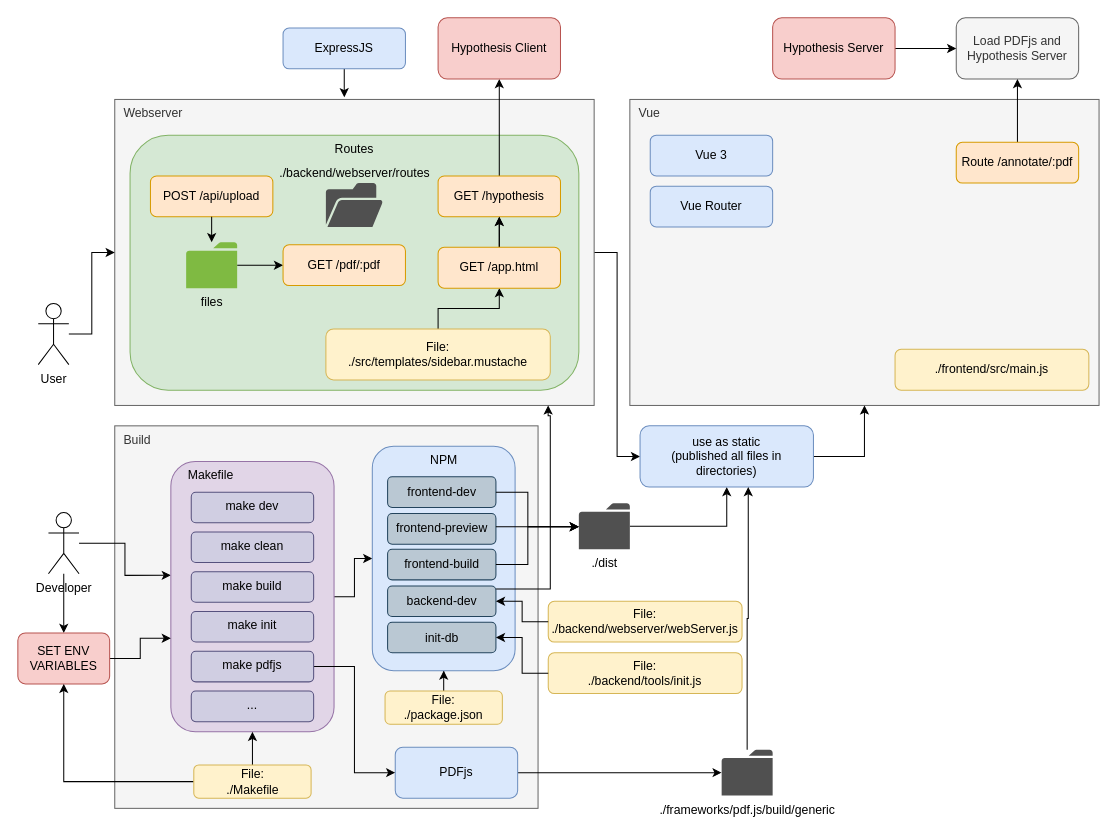
Earlier version of the draw.io diagram page "Content Server" (1 of 3) of content-server/docs/architecture.drawio (UKPLab/CARE). Source tidied: cells renumbered, new cells numbered last; positions are measured from the earlier drawing's top-left corner, leaving out a move shared by most shapes. Both pictures are drawn from the tidied source at 102%, with x=0, y=0 at pixel (17, 17).
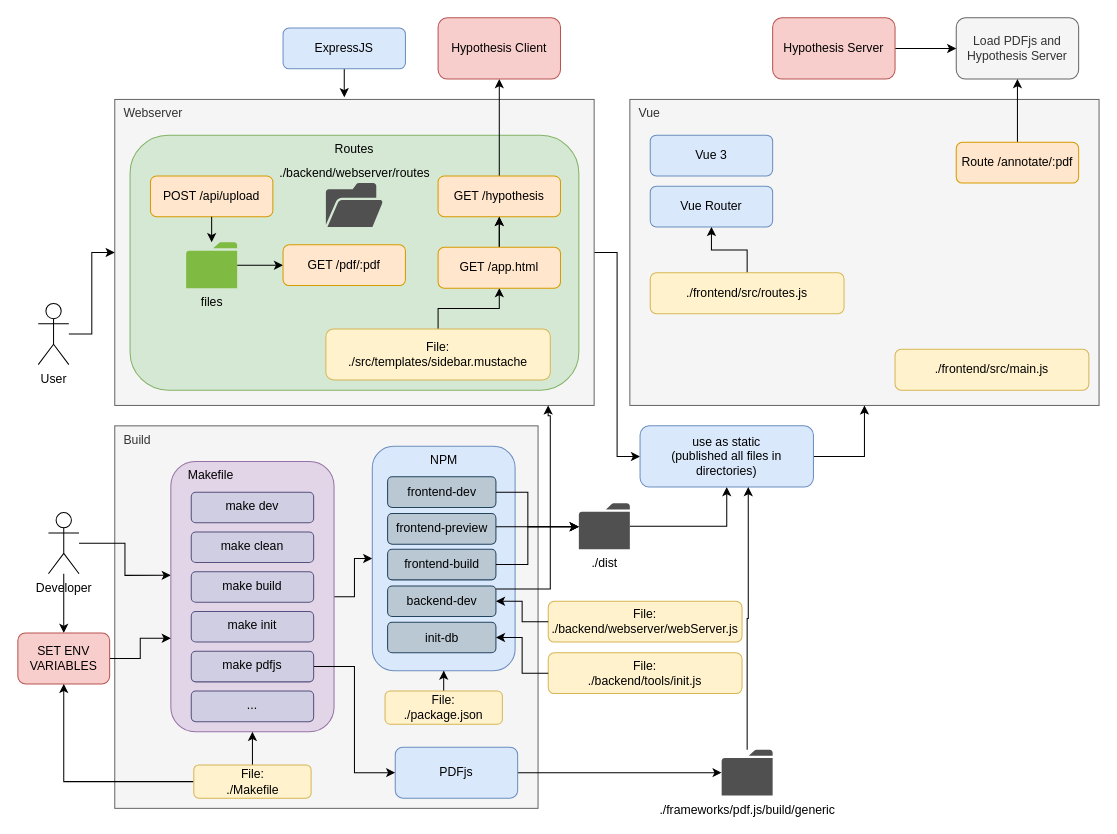
The same page after the edit.

Commit message (it also covers changes not shown here):
export routes into extra file and added bootstrap to vue

Unchanged cells that the change refers to:
```xml
<mxCell id="74" value="Vue Router" style="rounded=1;whiteSpace=wrap;html=1;align=center;verticalAlign=middle;fillColor=#dae8fc;strokeColor=#6c8ebf;" parent="1" vertex="1">
  <mxGeometry x="620" y="165" width="120" height="40" as="geometry" />
</mxCell>
```

Change to the diagram source:
```diff
@@
+    <mxCell id="75" style="edgeStyle=orthogonalEdgeStyle;rounded=0;jettySize=auto;html=1;entryX=0.5;entryY=1;entryDx=0;entryDy=0;" parent="1" edge="1" source="76" target="74">
+      <mxGeometry relative="1" as="geometry" />
+    </mxCell>
+    <mxCell id="76" value="./frontend/src/routes.js" style="whiteSpace=wrap;html=1;rounded=1;align=center;verticalAlign=middle;fillColor=#fff2cc;strokeColor=#d6b656;" parent="1" vertex="1">
+      <mxGeometry x="620" y="250" width="190" height="40" as="geometry" />
+    </mxCell>
```
